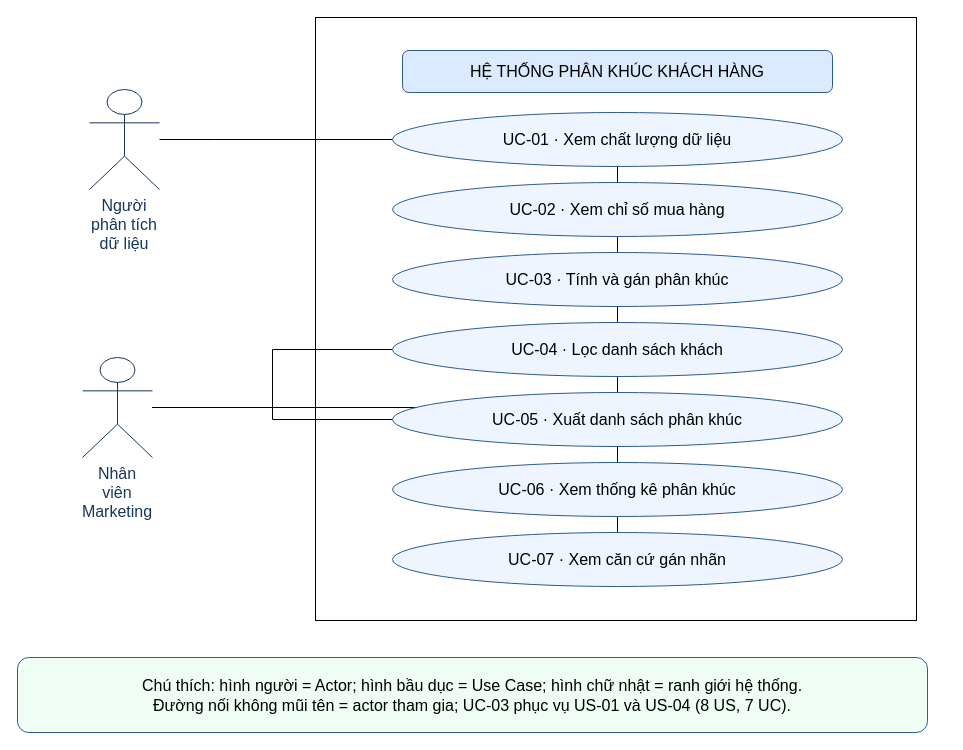
This is docs/usecase.drawio from Dan00Dan/smartcrm-2374802010428-customer-segmentation, a draw.io file, before an edit. Source tidied: cells renumbered, new cells numbered last; positions are measured from the earlier drawing's top-left corner, leaving out a move shared by most shapes. Both pictures are drawn from the tidied source at 100%, with x=0, y=0 at pixel (17, 17).
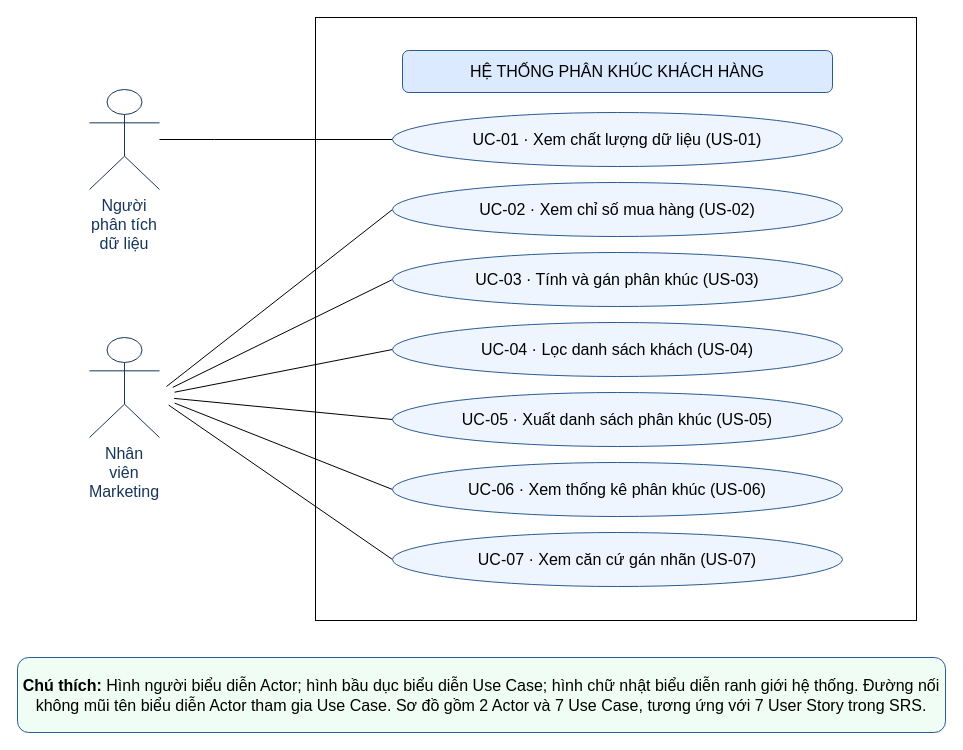
The same page after the edit.

Commit message:
docs: update use case diagram

What changed in the source:
```diff
@@
-    <mxCell id="3" style="edgeStyle=orthogonalEdgeStyle;rounded=0;html=1;endArrow=none;" parent="1" edge="1" source="12" target="14">
-      <mxGeometry relative="1" as="geometry" />
-    </mxCell>
-    <mxCell id="4" style="edgeStyle=orthogonalEdgeStyle;rounded=0;html=1;endArrow=none;" parent="1" edge="1" source="12" target="15">
-      <mxGeometry relative="1" as="geometry" />
-    </mxCell>
-    <mxCell id="5" style="edgeStyle=orthogonalEdgeStyle;rounded=0;html=1;endArrow=none;" parent="1" edge="1" source="12" target="16">
-      <mxGeometry relative="1" as="geometry" />
-    </mxCell>
-    <mxCell id="6" style="edgeStyle=orthogonalEdgeStyle;rounded=0;html=1;endArrow=none;" parent="1" edge="1" source="12" target="17">
-      <mxGeometry relative="1" as="geometry" />
-    </mxCell>
-    <mxCell id="7" style="edgeStyle=orthogonalEdgeStyle;rounded=0;html=1;endArrow=none;" parent="1" edge="1" source="12" target="18">
-      <mxGeometry relative="1" as="geometry" />
-    </mxCell>
-    <mxCell id="8" style="edgeStyle=orthogonalEdgeStyle;rounded=0;html=1;endArrow=none;" parent="1" edge="1" source="12" target="19">
-      <mxGeometry relative="1" as="geometry" />
-    </mxCell>
-    <mxCell id="9" style="edgeStyle=orthogonalEdgeStyle;rounded=0;html=1;endArrow=none;" parent="1" edge="1" source="12" target="20">
-      <mxGeometry relative="1" as="geometry" />
-    </mxCell>
@@
     <mxCell id="12" value="Nhân viên Marketing" style="shape=umlActor;verticalLabelPosition=bottom;verticalAlign=top;html=1;align=center;outlineConnect=0;fontSize=16;fontColor=#17365B;strokeColor=#17365B;whiteSpace=wrap;" parent="1" vertex="1">
-      <mxGeometry x="65" y="340" width="70" height="100" as="geometry" />
+      <mxGeometry x="72" y="320" width="70" height="100" as="geometry" />
     </mxCell>
@@
-    <mxCell id="14" value="UC-01 · Xem chất lượng dữ liệu" style="ellipse;whiteSpace=wrap;html=1;fillColor=#EEF5FF;strokeColor=#2B5B93;fontSize=16;" parent="1" vertex="1">
+    <mxCell id="14" value="UC-01 · Xem chất lượng dữ liệu (US-01)" style="ellipse;whiteSpace=wrap;html=1;fillColor=#EEF5FF;strokeColor=#2B5B93;fontSize=16;" parent="1" vertex="1">
       <mxGeometry x="375" y="95" width="450" height="54" as="geometry" />
     </mxCell>
+    <mxCell id="22" style="rounded=0;jettySize=auto;html=1;exitX=0;exitY=0.5;exitDx=0;exitDy=0;endArrow=none;endFill=0;" parent="1" edge="1" source="15">
+      <mxGeometry relative="1" as="geometry">
+        <mxPoint x="149" y="369" as="targetPoint" />
+      </mxGeometry>
+    </mxCell>
-    <mxCell id="15" value="UC-02 · Xem chỉ số mua hàng" style="ellipse;whiteSpace=wrap;html=1;fillColor=#EEF5FF;strokeColor=#2B5B93;fontSize=16;" parent="1" vertex="1">
+    <mxCell id="15" value="UC-02 · Xem chỉ số mua hàng (US-02)" style="ellipse;whiteSpace=wrap;html=1;fillColor=#EEF5FF;strokeColor=#2B5B93;fontSize=16;" parent="1" vertex="1">
       <mxGeometry x="375" y="165" width="450" height="54" as="geometry" />
     </mxCell>
+    <mxCell id="23" style="rounded=0;jettySize=auto;html=1;exitX=0;exitY=0.5;exitDx=0;exitDy=0;endArrow=none;endFill=0;" parent="1" edge="1" source="16">
+      <mxGeometry relative="1" as="geometry">
+        <mxPoint x="155.2" y="369.9" as="targetPoint" />
+      </mxGeometry>
+    </mxCell>
-    <mxCell id="16" value="UC-03 · Tính và gán phân khúc" style="ellipse;whiteSpace=wrap;html=1;fillColor=#EEF5FF;strokeColor=#2B5B93;fontSize=16;" parent="1" vertex="1">
+    <mxCell id="16" value="UC-03 · Tính và gán phân khúc (US-03)" style="ellipse;whiteSpace=wrap;html=1;fillColor=#EEF5FF;strokeColor=#2B5B93;fontSize=16;" parent="1" vertex="1">
       <mxGeometry x="375" y="235" width="450" height="54" as="geometry" />
     </mxCell>
+    <mxCell id="24" style="rounded=0;jettySize=auto;html=1;exitX=0;exitY=0.5;exitDx=0;exitDy=0;endArrow=none;endFill=0;" parent="1" edge="1" source="17">
+      <mxGeometry relative="1" as="geometry">
+        <mxPoint x="157.1" y="374.7" as="targetPoint" />
+      </mxGeometry>
+    </mxCell>
-    <mxCell id="17" value="UC-04 · Lọc danh sách khách" style="ellipse;whiteSpace=wrap;html=1;fillColor=#EEF5FF;strokeColor=#2B5B93;fontSize=16;" parent="1" vertex="1">
+    <mxCell id="17" value="UC-04 · Lọc danh sách khách (US-04)" style="ellipse;whiteSpace=wrap;html=1;fillColor=#EEF5FF;strokeColor=#2B5B93;fontSize=16;" parent="1" vertex="1">
       <mxGeometry x="375" y="305" width="450" height="54" as="geometry" />
     </mxCell>
+    <mxCell id="25" style="rounded=0;jettySize=auto;html=1;exitX=0;exitY=0.5;exitDx=0;exitDy=0;endArrow=none;endFill=0;" parent="1" edge="1" source="18">
+      <mxGeometry relative="1" as="geometry">
+        <mxPoint x="156.6" y="380.9" as="targetPoint" />
+      </mxGeometry>
+    </mxCell>
-    <mxCell id="18" value="UC-05 · Xuất danh sách phân khúc" style="ellipse;whiteSpace=wrap;html=1;fillColor=#EEF5FF;strokeColor=#2B5B93;fontSize=16;" parent="1" vertex="1">
+    <mxCell id="18" value="UC-05 · Xuất danh sách phân khúc (US-05)" style="ellipse;whiteSpace=wrap;html=1;fillColor=#EEF5FF;strokeColor=#2B5B93;fontSize=16;" parent="1" vertex="1">
       <mxGeometry x="375" y="375" width="450" height="54" as="geometry" />
     </mxCell>
+    <mxCell id="26" style="rounded=0;jettySize=auto;html=1;exitX=0;exitY=0.5;exitDx=0;exitDy=0;endArrow=none;endFill=0;" parent="1" edge="1" source="19">
+      <mxGeometry relative="1" as="geometry">
+        <mxPoint x="157.1" y="385.6" as="targetPoint" />
+      </mxGeometry>
+    </mxCell>
-    <mxCell id="19" value="UC-06 · Xem thống kê phân khúc" style="ellipse;whiteSpace=wrap;html=1;fillColor=#EEF5FF;strokeColor=#2B5B93;fontSize=16;" parent="1" vertex="1">
+    <mxCell id="19" value="UC-06 · Xem thống kê phân khúc (US-06)" style="ellipse;whiteSpace=wrap;html=1;fillColor=#EEF5FF;strokeColor=#2B5B93;fontSize=16;" parent="1" vertex="1">
       <mxGeometry x="375" y="445" width="450" height="54" as="geometry" />
     </mxCell>
+    <mxCell id="27" style="rounded=0;jettySize=auto;html=1;exitX=0;exitY=0.5;exitDx=0;exitDy=0;endArrow=none;endFill=0;" parent="1" edge="1" source="20">
+      <mxGeometry relative="1" as="geometry">
+        <mxPoint x="151.2" y="387.6" as="targetPoint" />
+      </mxGeometry>
+    </mxCell>
-    <mxCell id="20" value="UC-07 · Xem căn cứ gán nhãn" style="ellipse;whiteSpace=wrap;html=1;fillColor=#EEF5FF;strokeColor=#2B5B93;fontSize=16;" parent="1" vertex="1">
+    <mxCell id="20" value="UC-07 · Xem căn cứ gán nhãn (US-07)" style="ellipse;whiteSpace=wrap;html=1;fillColor=#EEF5FF;strokeColor=#2B5B93;fontSize=16;" parent="1" vertex="1">
       <mxGeometry x="375" y="515" width="450" height="54" as="geometry" />
     </mxCell>
-    <mxCell id="21" value="Chú thích: hình người = Actor; hình bầu dục = Use Case; hình chữ nhật = ranh giới hệ thống.&lt;br&gt;Đường nối không mũi tên = actor tham gia; UC-03 phục vụ US-01 và US-04 (8 US, 7 UC)." style="rounded=1;whiteSpace=wrap;html=1;fillColor=#F0FDF4;strokeColor=#2B5B93;fontSize=16;" parent="1" vertex="1">
-      <mxGeometry y="640" width="910" height="75" as="geometry" />
+    <mxCell id="21" value="&lt;p&gt;&lt;strong&gt;Chú thích:&lt;/strong&gt; Hình người biểu diễn Actor; hình bầu dục biểu diễn Use Case; hình chữ nhật biểu diễn ranh giới hệ thống. Đường nối không mũi tên biểu diễn Actor tham gia Use Case. Sơ đồ gồm 2 Actor và 7 Use Case, tương ứng với 7 User Story trong SRS.&lt;/p&gt;" style="rounded=1;whiteSpace=wrap;html=1;fillColor=#F0FDF4;strokeColor=#2B5B93;fontSize=16;" parent="1" vertex="1">
+      <mxGeometry y="640" width="928" height="75" as="geometry" />
     </mxCell>
```
